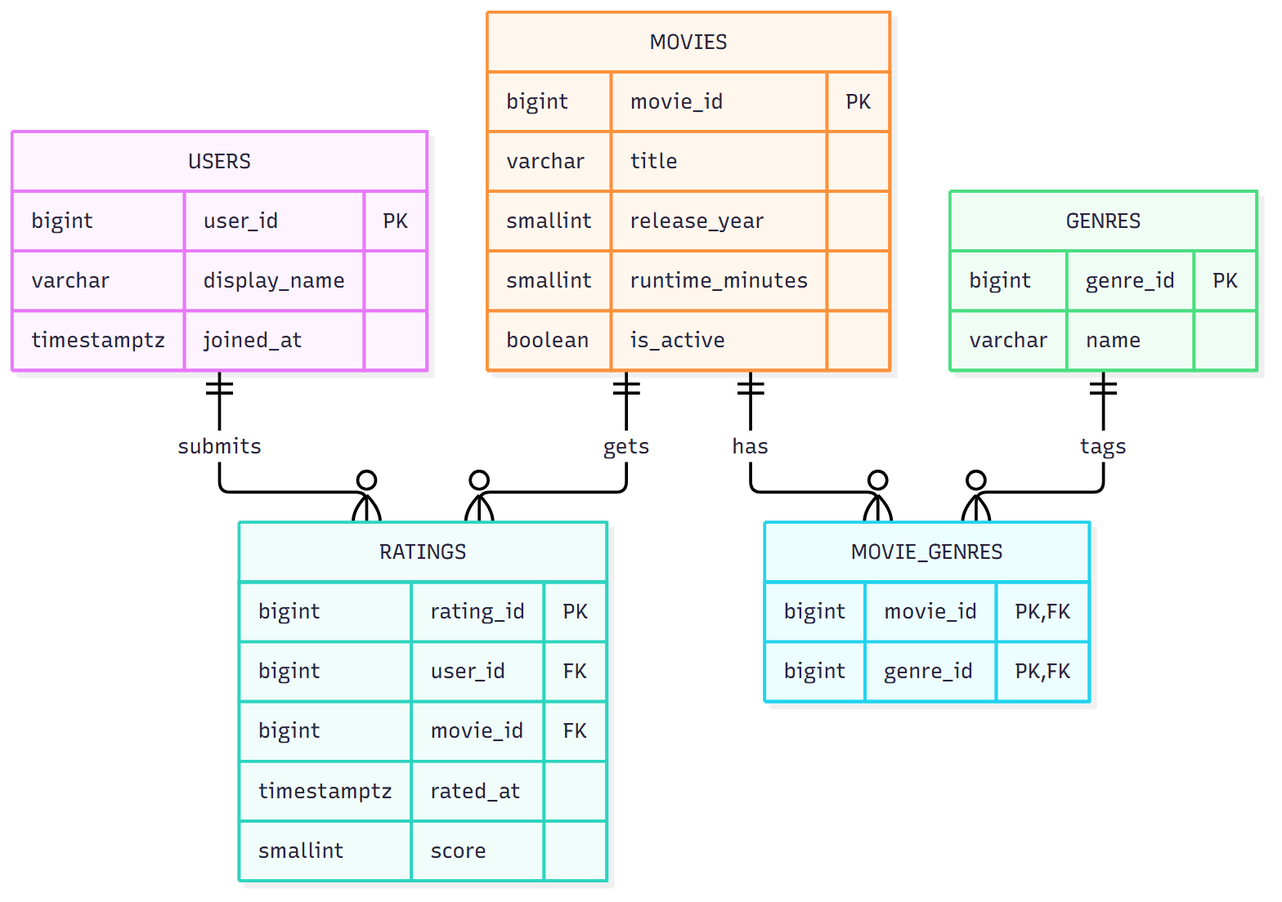
Above: schema/erd.png in Nicholas-Ku/ex603-movie-tv-database (Mermaid), before the change. Its source is kept beside it as schema/erd.mmd.
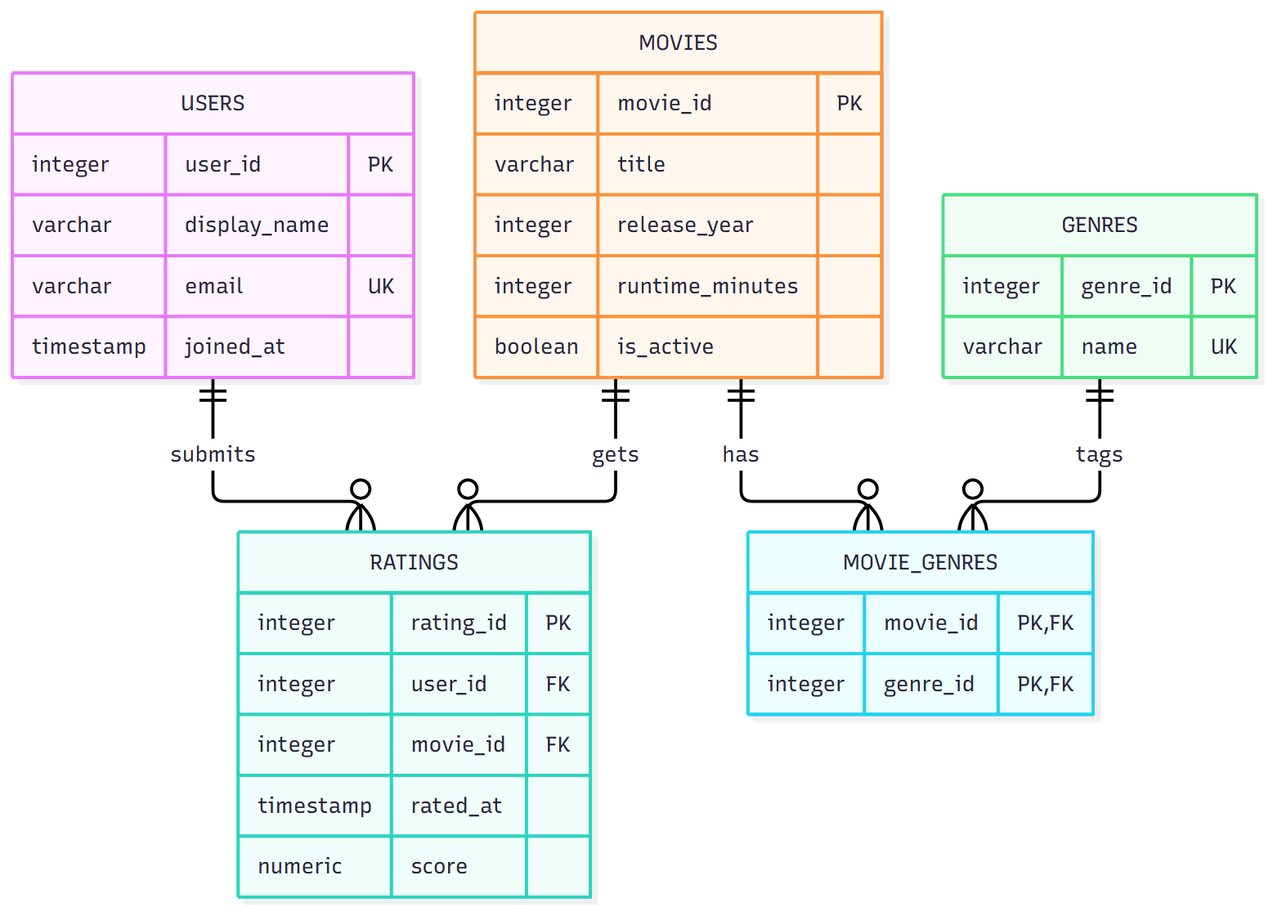
After the change.

Commit message:
Unit 2: add schema.sql with documented DDL, constraint write-up, and execution screenshots

Diff of the diagram source:
```diff
@@ -5,29 +5,30 @@
     GENRES ||--o{ MOVIE_GENRES : tags
 
     USERS {
-        bigint user_id PK
+        integer user_id PK
         varchar display_name
-        timestamptz joined_at
+        varchar email UK
+        timestamp joined_at
     }
     MOVIES {
-        bigint movie_id PK
+        integer movie_id PK
         varchar title
-        smallint release_year
-        smallint runtime_minutes
+        integer release_year
+        integer runtime_minutes
         boolean is_active
     }
     RATINGS {
-        bigint rating_id PK
-        bigint user_id FK
-        bigint movie_id FK
-        timestamptz rated_at
-        smallint score
+        integer rating_id PK
+        integer user_id FK
+        integer movie_id FK
+        timestamp rated_at
+        numeric score
     }
     GENRES {
-        bigint genre_id PK
-        varchar name
+        integer genre_id PK
+        varchar name UK
     }
     MOVIE_GENRES {
-        bigint movie_id PK, FK
-        bigint genre_id PK, FK
+        integer movie_id PK, FK
+        integer genre_id PK, FK
     }
```
